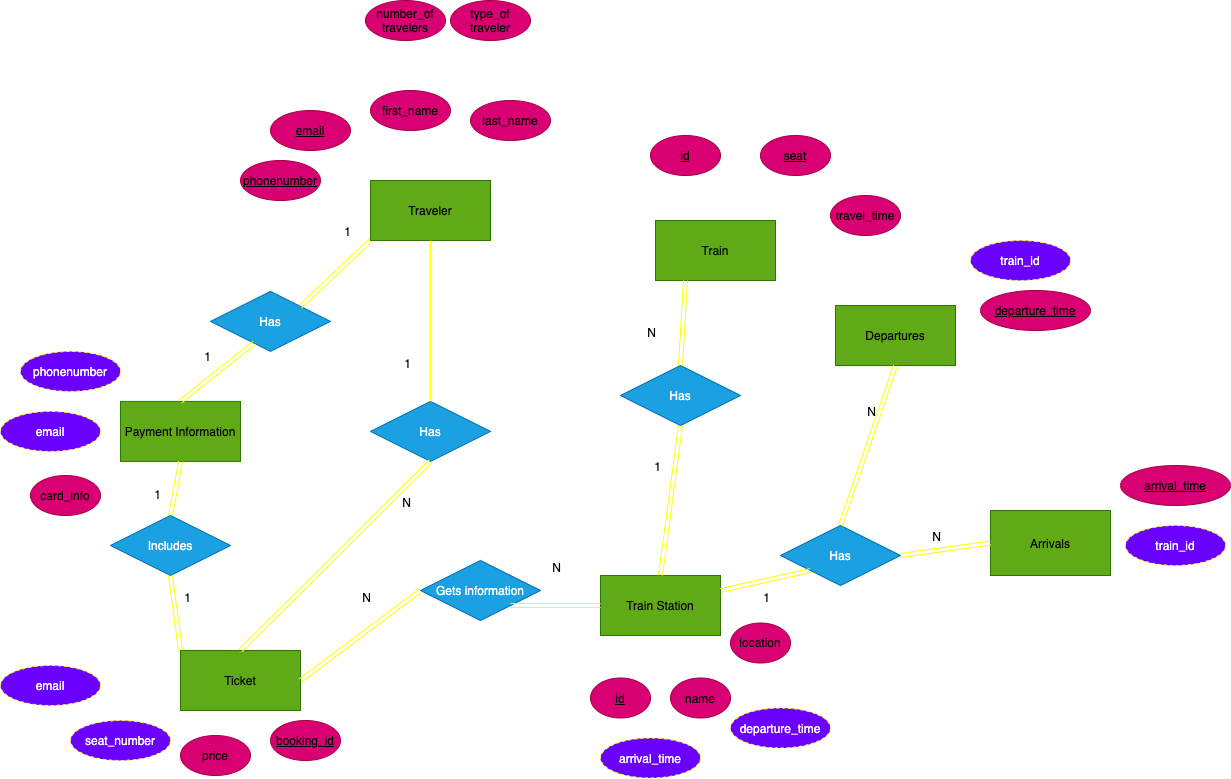
Earlier version of the draw.io export ERdiagramExpressTrain.drawio.png (Sena-AH/TH2103-G3-ExpressTrain). Source tidied: cells renumbered, new cells last; positions are measured from the earlier drawing's top-left corner, leaving out a move shared by most shapes.
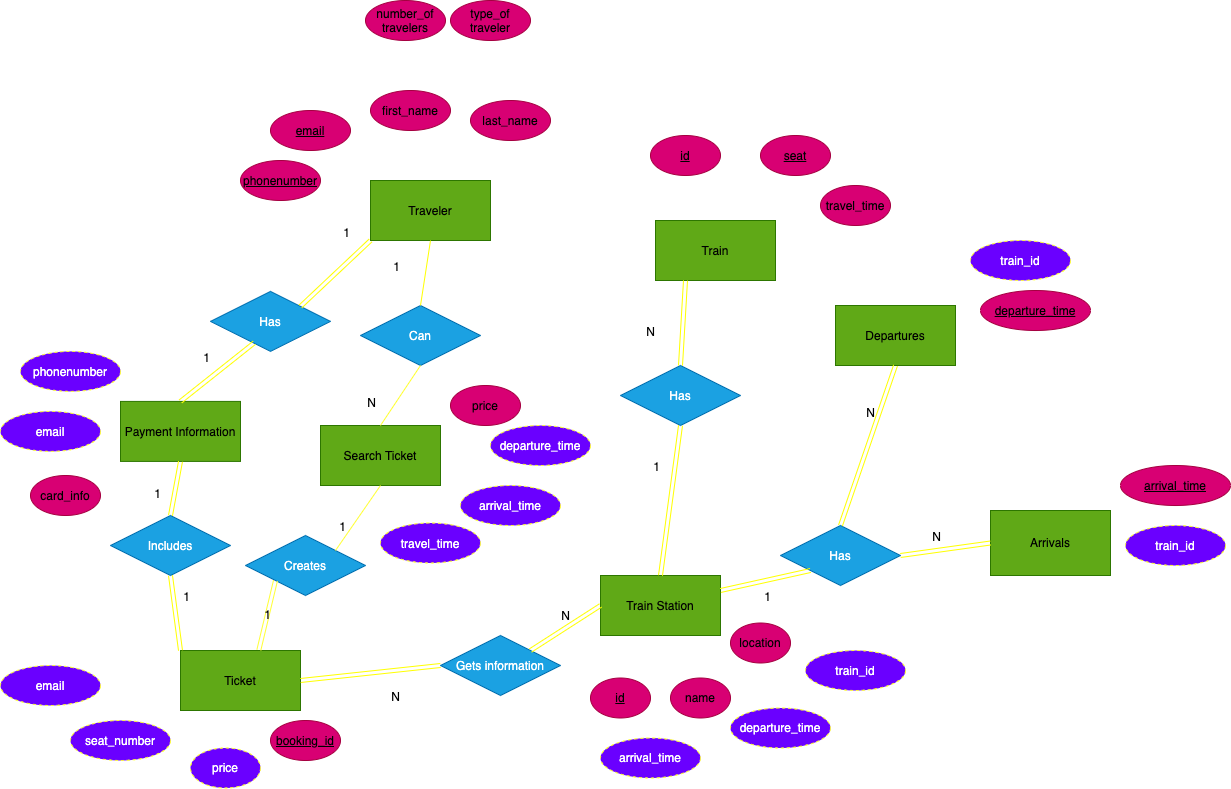
After the commit.

Commit message:
Added an upgraded version of the ER diagram

Change to the diagram source:
```diff
@@ -59,9 +59,6 @@
     <mxCell id="20" value="&lt;font color=&quot;#000000&quot;&gt;Arrivals&lt;br&gt;&lt;/font&gt;" style="rounded=0;whiteSpace=wrap;html=1;fillColor=#60a917;strokeColor=#2D7600;fontColor=#ffffff;" parent="1" vertex="1">
       <mxGeometry x="990" y="510" width="120" height="65" as="geometry" />
     </mxCell>
-    <mxCell id="21" value="&lt;font color=&quot;#000000&quot;&gt;price&lt;br&gt;&lt;/font&gt;" style="ellipse;whiteSpace=wrap;html=1;fillColor=#d80073;strokeColor=#A50040;fontColor=#ffffff;" parent="1" vertex="1">
-      <mxGeometry x="180" y="735" width="70" height="40" as="geometry" />
-    </mxCell>
     <mxCell id="22" value="seat_number" style="ellipse;whiteSpace=wrap;html=1;align=center;dashed=1;fillColor=#6a00ff;fontColor=#ffffff;strokeColor=#FFFF33;" parent="1" vertex="1">
       <mxGeometry x="70" y="720" width="100" height="40" as="geometry" />
     </mxCell>
@@ -101,8 +98,8 @@
     <mxCell id="34" value="&lt;font color=&quot;#000000&quot;&gt;type_of traveler&lt;br&gt;&lt;/font&gt;" style="ellipse;whiteSpace=wrap;html=1;fillColor=#d80073;strokeColor=#A50040;fontColor=#ffffff;" parent="1" vertex="1">
       <mxGeometry x="450" width="80" height="40" as="geometry" />
     </mxCell>
-    <mxCell id="35" value="Has" style="shape=rhombus;perimeter=rhombusPerimeter;whiteSpace=wrap;html=1;align=center;strokeColor=#006EAF;fillColor=#1ba1e2;fontColor=#ffffff;" parent="1" vertex="1">
-      <mxGeometry x="370" y="400.9" width="120" height="60" as="geometry" />
+    <mxCell id="35" value="Can" style="shape=rhombus;perimeter=rhombusPerimeter;whiteSpace=wrap;html=1;align=center;strokeColor=#006EAF;fillColor=#1ba1e2;fontColor=#ffffff;" parent="1" vertex="1">
+      <mxGeometry x="360" y="305" width="120" height="60" as="geometry" />
     </mxCell>
     <mxCell id="36" value="Has" style="shape=rhombus;perimeter=rhombusPerimeter;whiteSpace=wrap;html=1;align=center;strokeColor=#006EAF;fillColor=#1ba1e2;fontColor=#ffffff;" parent="1" vertex="1">
       <mxGeometry x="620" y="365" width="120" height="60" as="geometry" />
@@ -111,10 +108,10 @@
       <mxGeometry x="780" y="525" width="120" height="60" as="geometry" />
     </mxCell>
     <mxCell id="38" value="&lt;font color=&quot;#000000&quot;&gt;travel_time&lt;br&gt;&lt;/font&gt;" style="ellipse;whiteSpace=wrap;html=1;fillColor=#d80073;strokeColor=#A50040;fontColor=#ffffff;" parent="1" vertex="1">
-      <mxGeometry x="830" y="195" width="70" height="40" as="geometry" />
+      <mxGeometry x="820" y="185" width="70" height="40" as="geometry" />
     </mxCell>
     <mxCell id="39" value="Gets information" style="shape=rhombus;perimeter=rhombusPerimeter;whiteSpace=wrap;html=1;align=center;strokeColor=#006EAF;fillColor=#1ba1e2;fontColor=#ffffff;" parent="1" vertex="1">
-      <mxGeometry x="420" y="560" width="120" height="60" as="geometry" />
+      <mxGeometry x="440" y="635" width="120" height="60" as="geometry" />
     </mxCell>
     <mxCell id="40" style="shape=link;html=1;rounded=0;strokeColor=#FFFF00;entryX=0;entryY=1;entryDx=0;entryDy=0;exitX=1;exitY=0;exitDx=0;exitDy=0;" parent="1" edge="1" source="31" target="5">
       <mxGeometry relative="1" as="geometry" />
@@ -148,14 +145,6 @@
         <mxPoint x="20" y="30" as="offset" />
       </mxGeometry>
     </mxCell>
-    <mxCell id="48" style="shape=link;html=1;rounded=0;strokeColor=#FFFF00;exitX=0.5;exitY=0;exitDx=0;exitDy=0;entryX=0.5;entryY=1;entryDx=0;entryDy=0;" parent="1" edge="1" source="2" target="35">
-      <mxGeometry relative="1" as="geometry" />
-    </mxCell>
-    <mxCell id="49" value="N" style="html=1;align=right;verticalAlign=bottom;" parent="48" vertex="1">
-      <mxGeometry x="1" relative="1" as="geometry">
-        <mxPoint x="-20" y="50" as="offset" />
-      </mxGeometry>
-    </mxCell>
     <mxCell id="50" style="endArrow=none;html=1;rounded=0;strokeColor=#FFFF00;exitX=0.5;exitY=1;exitDx=0;exitDy=0;entryX=0.5;entryY=0;entryDx=0;entryDy=0;" parent="1" edge="1" source="5" target="35">
       <mxGeometry relative="1" as="geometry" />
     </mxCell>
@@ -169,15 +158,15 @@
     </mxCell>
     <mxCell id="53" value="N" style="html=1;align=right;verticalAlign=bottom;" parent="52" vertex="1">
       <mxGeometry x="1" relative="1" as="geometry">
-        <mxPoint x="-50" y="15" as="offset" />
+        <mxPoint x="-41" y="40" as="offset" />
       </mxGeometry>
     </mxCell>
-    <mxCell id="54" style="shape=link;html=1;rounded=0;strokeColor=#FFFF00;exitX=1;exitY=1;exitDx=0;exitDy=0;entryX=0;entryY=0.5;entryDx=0;entryDy=0;" parent="1" edge="1" source="39" target="7">
+    <mxCell id="54" style="shape=link;html=1;rounded=0;strokeColor=#FFFF00;exitX=1;exitY=0;exitDx=0;exitDy=0;entryX=0;entryY=0.5;entryDx=0;entryDy=0;" parent="1" edge="1" source="39" target="7">
       <mxGeometry relative="1" as="geometry" />
     </mxCell>
     <mxCell id="55" value="N" style="html=1;align=right;verticalAlign=bottom;" parent="54" vertex="1">
       <mxGeometry x="1" relative="1" as="geometry">
-        <mxPoint x="-40" y="-30" as="offset" />
+        <mxPoint x="-30" y="18" as="offset" />
       </mxGeometry>
     </mxCell>
     <mxCell id="56" style="shape=link;html=1;rounded=0;strokeColor=#FFFF00;entryX=0.25;entryY=1;entryDx=0;entryDy=0;exitX=0.5;exitY=0;exitDx=0;exitDy=0;" parent="1" edge="1" source="36" target="6">
@@ -220,5 +209,53 @@
         <mxPoint x="-20" y="55" as="offset" />
       </mxGeometry>
     </mxCell>
+    <mxCell id="66" value="&lt;font color=&quot;#000000&quot;&gt;Search Ticket&lt;br&gt;&lt;/font&gt;" style="rounded=0;whiteSpace=wrap;html=1;fillColor=#60a917;strokeColor=#2D7600;fontColor=#ffffff;" parent="1" vertex="1">
+      <mxGeometry x="320" y="425" width="120" height="60" as="geometry" />
+    </mxCell>
+    <mxCell id="67" value="Creates" style="shape=rhombus;perimeter=rhombusPerimeter;whiteSpace=wrap;html=1;align=center;strokeColor=#006EAF;fillColor=#1ba1e2;fontColor=#ffffff;" parent="1" vertex="1">
+      <mxGeometry x="245" y="535" width="120" height="60" as="geometry" />
+    </mxCell>
+    <mxCell id="68" style="endArrow=none;html=1;rounded=0;exitX=0.5;exitY=1;exitDx=0;exitDy=0;entryX=0.5;entryY=0;entryDx=0;entryDy=0;strokeColor=#FFFF33;" parent="1" edge="1" source="35" target="66">
+      <mxGeometry relative="1" as="geometry" />
+    </mxCell>
+    <mxCell id="49" value="N" style="html=1;align=right;verticalAlign=bottom;" parent="68" vertex="1">
+      <mxGeometry x="1" relative="1" as="geometry">
+        <mxPoint x="-5" y="-14" as="offset" />
+      </mxGeometry>
+    </mxCell>
+    <mxCell id="69" style="endArrow=none;html=1;rounded=0;exitX=0.5;exitY=1;exitDx=0;exitDy=0;entryX=1;entryY=0;entryDx=0;entryDy=0;strokeColor=#FFFF33;" parent="1" edge="1" source="66" target="67">
+      <mxGeometry relative="1" as="geometry" />
+    </mxCell>
+    <mxCell id="70" value="1" style="html=1;align=right;verticalAlign=bottom;" parent="69" vertex="1">
+      <mxGeometry x="1" relative="1" as="geometry">
+        <mxPoint x="10" y="-15" as="offset" />
+      </mxGeometry>
+    </mxCell>
+    <mxCell id="71" style="shape=link;html=1;rounded=0;exitX=0;exitY=1;exitDx=0;exitDy=0;entryX=0.653;entryY=-0.009;entryDx=0;entryDy=0;entryPerimeter=0;strokeColor=#FFFF33;" parent="1" edge="1" source="67" target="2">
+      <mxGeometry relative="1" as="geometry" />
+    </mxCell>
+    <mxCell id="72" value="1" style="html=1;align=right;verticalAlign=bottom;" parent="71" vertex="1">
+      <mxGeometry x="1" relative="1" as="geometry">
+        <mxPoint x="12" y="-27" as="offset" />
+      </mxGeometry>
+    </mxCell>
+    <mxCell id="21" value="&lt;font color=&quot;#000000&quot;&gt;price&lt;br&gt;&lt;/font&gt;" style="ellipse;whiteSpace=wrap;html=1;fillColor=#d80073;strokeColor=#A50040;fontColor=#ffffff;" parent="1" vertex="1">
+      <mxGeometry x="450" y="385" width="70" height="40" as="geometry" />
+    </mxCell>
+    <mxCell id="73" value="price" style="ellipse;whiteSpace=wrap;html=1;align=center;dashed=1;fillColor=#6a00ff;fontColor=#ffffff;strokeColor=#FFFF33;" parent="1" vertex="1">
+      <mxGeometry x="190" y="747.5" width="70" height="40" as="geometry" />
+    </mxCell>
+    <mxCell id="74" value="departure_time" style="ellipse;whiteSpace=wrap;html=1;align=center;dashed=1;fillColor=#6a00ff;fontColor=#ffffff;strokeColor=#FFFF33;" parent="1" vertex="1">
+      <mxGeometry x="490" y="425" width="100" height="40" as="geometry" />
+    </mxCell>
+    <mxCell id="75" value="arrival_time" style="ellipse;whiteSpace=wrap;html=1;align=center;dashed=1;fillColor=#6a00ff;fontColor=#ffffff;strokeColor=#FFFF33;" parent="1" vertex="1">
+      <mxGeometry x="460" y="485" width="100" height="40" as="geometry" />
+    </mxCell>
+    <mxCell id="76" value="travel_time" style="ellipse;whiteSpace=wrap;html=1;align=center;dashed=1;fillColor=#6a00ff;fontColor=#ffffff;strokeColor=#FFFF33;" parent="1" vertex="1">
+      <mxGeometry x="380" y="522.5" width="100" height="40" as="geometry" />
+    </mxCell>
+    <mxCell id="77" value="train_id" style="ellipse;whiteSpace=wrap;html=1;align=center;dashed=1;fillColor=#6a00ff;fontColor=#ffffff;strokeColor=#FFFF33;" parent="1" vertex="1">
+      <mxGeometry x="805" y="650" width="100" height="40" as="geometry" />
+    </mxCell>
   </root>
 </mxGraphModel>
```
